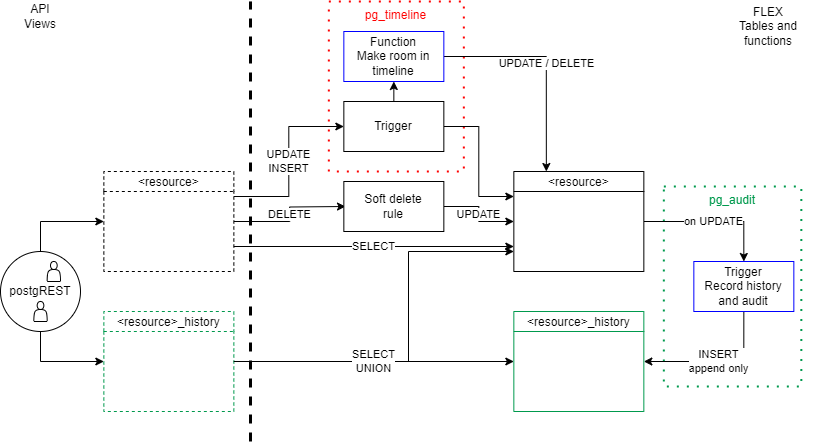
The draw.io diagram docs-dev/diagrams/bi-temporal-db.drawio.png in elhub/flex-information-system, before a commit. Source tidied: cells renumbered, new cells last; positions are measured from the earlier drawing's top-left corner, leaving out a move shared by most shapes.
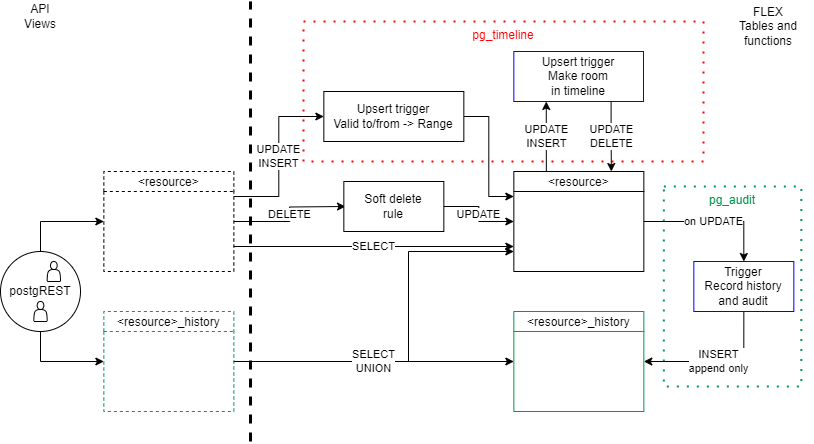
The same file after the commit.

Diff of the diagram source:
```diff
@@ -6,7 +6,7 @@
       <mxGeometry x="663.3" y="185" width="137.5" height="200" as="geometry" />
     </mxCell>
     <mxCell id="3" value="pg_timeline" style="html=1;dashed=1;whiteSpace=wrap;fillColor=none;dashPattern=1 4;strokeColor=#ff0000;verticalAlign=top;strokeWidth=2;fontColor=#ff0000;" parent="1" vertex="1">
-      <mxGeometry x="328.3" width="135" height="170" as="geometry" />
+      <mxGeometry x="303" y="20" width="400" height="140" as="geometry" />
     </mxCell>
     <mxCell id="4" value="DELETE" style="edgeStyle=orthogonalEdgeStyle;rounded=0;jettySize=auto;html=1;exitX=1;exitY=0.5;exitDx=0;exitDy=0;" parent="1" edge="1" source="6">
       <mxGeometry relative="1" as="geometry">
@@ -49,11 +49,11 @@
     <mxCell id="14" style="edgeStyle=orthogonalEdgeStyle;rounded=0;jettySize=auto;html=1;exitX=1;exitY=0.5;exitDx=0;exitDy=0;entryX=0;entryY=0.25;entryDx=0;entryDy=0;" parent="1" edge="1" source="16" target="11">
       <mxGeometry relative="1" as="geometry" />
     </mxCell>
-    <mxCell id="15" style="edgeStyle=orthogonalEdgeStyle;rounded=0;jettySize=auto;html=1;exitX=0.5;exitY=0;exitDx=0;exitDy=0;entryX=0.5;entryY=1;entryDx=0;entryDy=0;" parent="1" edge="1" source="16" target="20">
+    <mxCell id="15" value="UPDATE&lt;div&gt;INSERT&lt;/div&gt;" style="edgeStyle=orthogonalEdgeStyle;rounded=0;jettySize=auto;html=1;exitX=0.25;exitY=0;exitDx=0;exitDy=0;entryX=0.25;entryY=1;entryDx=0;entryDy=0;" parent="1" edge="1" source="11" target="20">
       <mxGeometry relative="1" as="geometry" />
     </mxCell>
-    <mxCell id="16" value="&lt;div&gt;Trigger&lt;/div&gt;" style="html=1;dashed=0;whiteSpace=wrap;" parent="1" vertex="1">
-      <mxGeometry x="343.3" y="100" width="100" height="50" as="geometry" />
+    <mxCell id="16" value="&lt;div&gt;Upsert trigger&lt;/div&gt;&lt;div&gt;Valid to/from -&amp;gt; Range&lt;/div&gt;" style="html=1;dashed=0;whiteSpace=wrap;" parent="1" vertex="1">
+      <mxGeometry x="323.3" y="90" width="140" height="50" as="geometry" />
     </mxCell>
     <mxCell id="17" value="INSERT&lt;div&gt;append only&lt;/div&gt;" style="edgeStyle=orthogonalEdgeStyle;rounded=0;jettySize=auto;html=1;exitX=0.5;exitY=1;exitDx=0;exitDy=0;entryX=1;entryY=0.5;entryDx=0;entryDy=0;" parent="1" edge="1" source="18" target="13">
       <mxGeometry relative="1" as="geometry" />
@@ -61,11 +61,11 @@
     <mxCell id="18" value="&lt;div&gt;Trigger&lt;/div&gt;Record history and audit" style="html=1;dashed=0;whiteSpace=wrap;strokeColor=#0000FF;" parent="1" vertex="1">
       <mxGeometry x="693.3" y="260" width="100" height="50" as="geometry" />
     </mxCell>
-    <mxCell id="19" value="UPDATE / DELETE" style="edgeStyle=orthogonalEdgeStyle;rounded=0;jettySize=auto;html=1;exitX=1;exitY=0.5;exitDx=0;exitDy=0;entryX=0.25;entryY=0;entryDx=0;entryDy=0;" parent="1" edge="1" source="20" target="11">
+    <mxCell id="19" value="UPDATE&lt;div&gt;DELETE&lt;/div&gt;" style="edgeStyle=orthogonalEdgeStyle;rounded=0;jettySize=auto;html=1;exitX=0.75;exitY=1;exitDx=0;exitDy=0;entryX=0.75;entryY=0;entryDx=0;entryDy=0;" parent="1" edge="1" source="20" target="11">
       <mxGeometry relative="1" as="geometry" />
     </mxCell>
-    <mxCell id="20" value="Function&lt;div&gt;Make room in timeline&lt;/div&gt;" style="html=1;dashed=0;whiteSpace=wrap;strokeColor=#0000FF;" parent="1" vertex="1">
-      <mxGeometry x="343.3" y="30" width="100" height="50" as="geometry" />
+    <mxCell id="20" value="Upsert trigger&lt;div&gt;Make room&lt;div&gt;in timeline&lt;/div&gt;&lt;/div&gt;" style="html=1;dashed=0;whiteSpace=wrap;strokeColor=#0000FF;" parent="1" vertex="1">
+      <mxGeometry x="513.3" y="50" width="129.7" height="50" as="geometry" />
     </mxCell>
     <mxCell id="21" style="endArrow=none;dashed=1;html=1;rounded=0;strokeWidth=3;" parent="1" edge="1">
       <mxGeometry relative="1" as="geometry">
```
